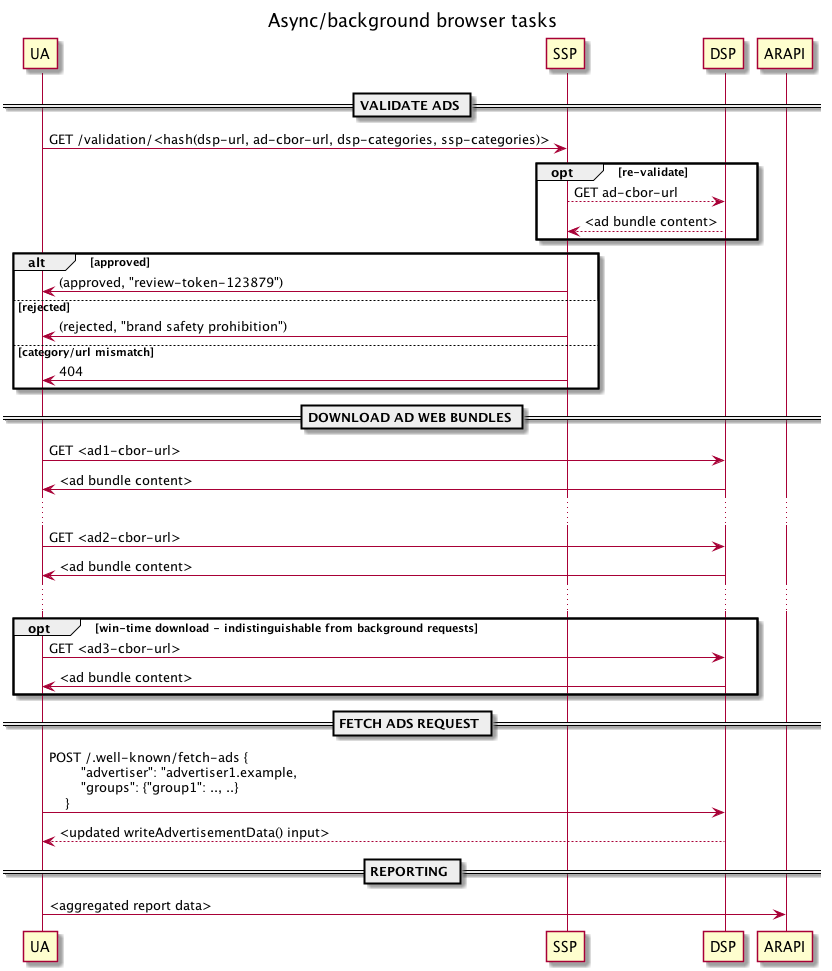
Above: assets/TERN/img/2_background.png in WICG/turtledove (PlantUML), before the change. Its source is kept beside it as assets/TERN/2_background.plantuml.
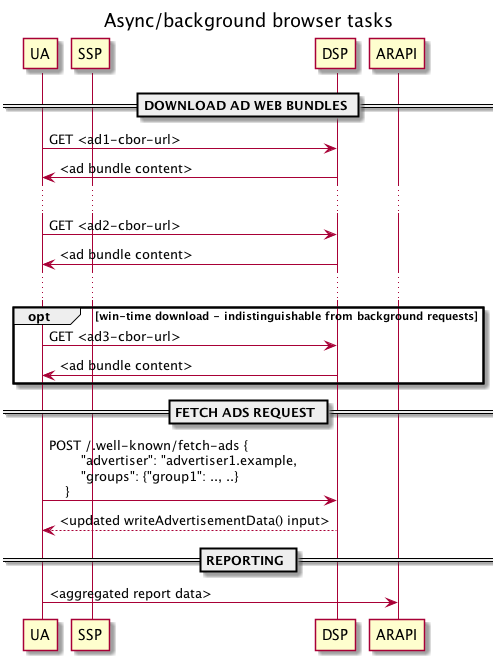
Later version of the same file.

The edit, as a diff of the source:
```diff
@@ -6,23 +6,6 @@
 participant "SSP" as ssp
 participant "DSP" as dsp
 participant "ARAPI" as arapi
-
-== VALIDATE ADS ==
-
-ua -> ssp : GET /validation/<hash(dsp-url, ad-cbor-url, dsp-categories, ssp-categories)>
-
-opt re-validate
- ssp --> dsp : GET ad-cbor-url
- dsp --> ssp : <ad bundle content>
-end
-
-alt approved
- ssp -> ua : (approved, "review-token-123879")
-else rejected
- ssp -> ua : (rejected, "brand safety prohibition")
-else category/url mismatch
- ssp -> ua : 404
-end
 
 == DOWNLOAD AD WEB BUNDLES ==
 
```
